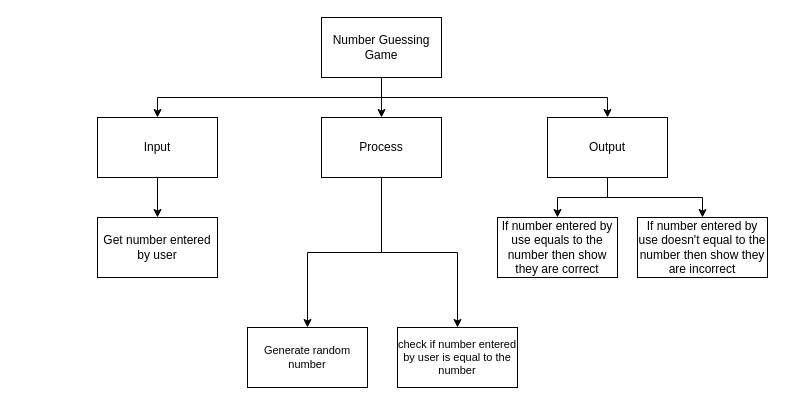
Above: design.drawio in michael-clermont1/ICS3U-Assignment-4-Python (draw.io), before the change. Source tidied: cells renumbered, new cells numbered last; positions are measured from the earlier drawing's top-left corner, leaving out a move shared by most shapes. Both pictures are drawn from the tidied source at 100%, with x=0, y=0 at pixel (97, 17).
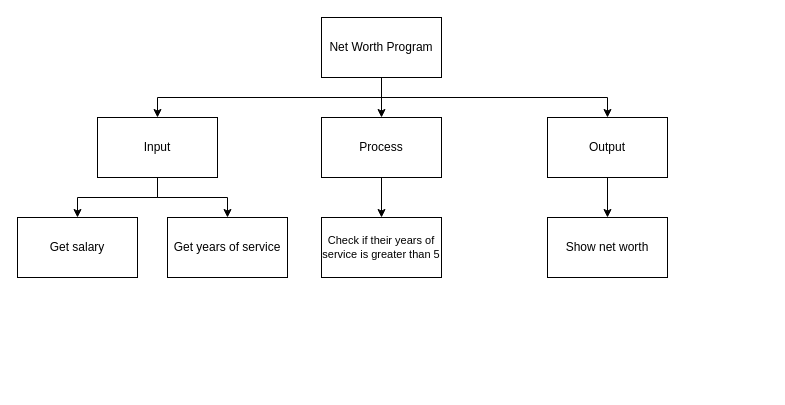
The same page after the edit.

Unchanged cells that the change refers to:
```xml
<mxCell id="7" value="Input" style="rounded=0;whiteSpace=wrap;html=1;" parent="1" vertex="1">
  <mxGeometry y="100" width="120" height="60" as="geometry" />
</mxCell>
<mxCell id="10" value="Process" style="rounded=0;whiteSpace=wrap;html=1;" parent="1" vertex="1">
  <mxGeometry x="224" y="100" width="120" height="60" as="geometry" />
</mxCell>
<mxCell id="13" value="Output" style="rounded=0;whiteSpace=wrap;html=1;" parent="1" vertex="1">
  <mxGeometry x="450" y="100" width="120" height="60" as="geometry" />
</mxCell>
```

The edit, as a diff of the source:
```diff
@@
-    <mxCell id="5" value="Number Guessing Game" style="rounded=0;whiteSpace=wrap;html=1;" parent="1" vertex="1">
+    <mxCell id="5" value="Net Worth Program" style="rounded=0;whiteSpace=wrap;html=1;" parent="1" vertex="1">
       <mxGeometry x="224" width="120" height="60" as="geometry" />
     </mxCell>
@@
+    <mxCell id="19" style="edgeStyle=orthogonalEdgeStyle;html=1;entryX=0.5;entryY=0;entryDx=0;entryDy=0;rounded=0;" parent="1" edge="1" source="7" target="20">
+      <mxGeometry relative="1" as="geometry" />
+    </mxCell>
@@
-    <mxCell id="9" style="edgeStyle=orthogonalEdgeStyle;html=1;entryX=0.5;entryY=0;entryDx=0;entryDy=0;rounded=0;" parent="1" edge="1" source="10" target="18">
-      <mxGeometry relative="1" as="geometry" />
-    </mxCell>
@@
-    <mxCell id="12" style="edgeStyle=orthogonalEdgeStyle;html=1;entryX=0.5;entryY=0;entryDx=0;entryDy=0;rounded=0;" parent="1" edge="1" source="13" target="17">
-      <mxGeometry relative="1" as="geometry" />
-    </mxCell>
@@
-    <mxCell id="14" value="Get number entered by user" style="rounded=0;whiteSpace=wrap;html=1;" parent="1" vertex="1">
-      <mxGeometry y="200" width="120" height="60" as="geometry" />
+    <mxCell id="14" value="Get salary" style="rounded=0;whiteSpace=wrap;html=1;" parent="1" vertex="1">
+      <mxGeometry x="-80" y="200" width="120" height="60" as="geometry" />
     </mxCell>
-    <mxCell id="15" value="If number entered by use equals to the number then show they are correct" style="rounded=0;whiteSpace=wrap;html=1;" parent="1" vertex="1">
-      <mxGeometry x="400" y="200" width="120" height="60" as="geometry" />
+    <mxCell id="15" value="Show net worth" style="rounded=0;whiteSpace=wrap;html=1;" parent="1" vertex="1">
+      <mxGeometry x="450" y="200" width="120" height="60" as="geometry" />
     </mxCell>
-    <mxCell id="16" value="check if number entered by user is equal to the number" style="rounded=0;whiteSpace=wrap;html=1;fontFamily=Helvetica;fontSize=11;fontColor=default;" parent="1" vertex="1">
-      <mxGeometry x="300" y="310" width="120" height="60" as="geometry" />
+    <mxCell id="16" value="Check if their years of service is greater than 5" style="rounded=0;whiteSpace=wrap;html=1;fontFamily=Helvetica;fontSize=11;fontColor=default;" parent="1" vertex="1">
+      <mxGeometry x="224" y="200" width="120" height="60" as="geometry" />
     </mxCell>
-    <mxCell id="17" value="If number entered by use doesn't equal to the number then show they are incorrect" style="rounded=0;whiteSpace=wrap;html=1;" parent="1" vertex="1">
-      <mxGeometry x="540" y="200" width="130" height="60" as="geometry" />
-    </mxCell>
-    <mxCell id="18" value="Generate random number" style="rounded=0;whiteSpace=wrap;html=1;fontFamily=Helvetica;fontSize=11;fontColor=default;" parent="1" vertex="1">
-      <mxGeometry x="150" y="310" width="120" height="60" as="geometry" />
-    </mxCell>
+    <mxCell id="20" value="Get years of service" style="rounded=0;whiteSpace=wrap;html=1;" parent="1" vertex="1">
+      <mxGeometry x="70" y="200" width="120" height="60" as="geometry" />
+    </mxCell>
```
